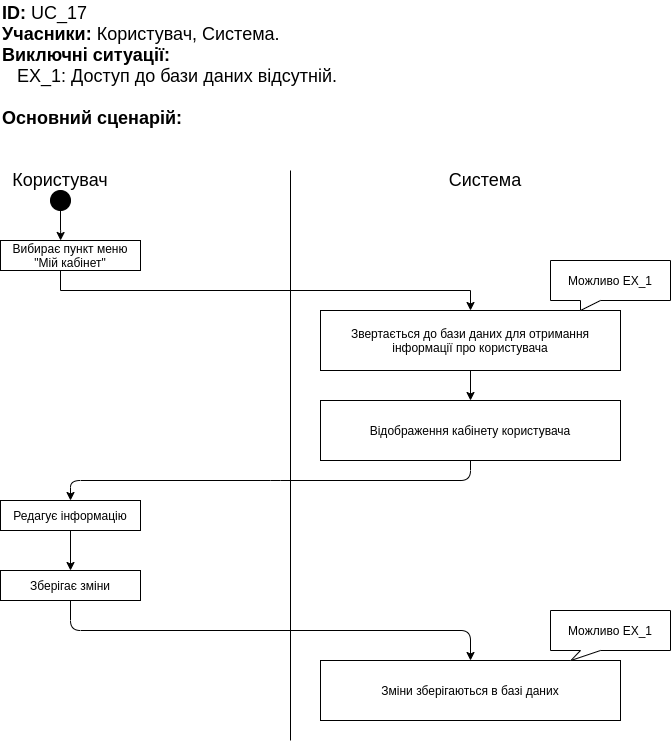
The draw.io diagram Precedents/UC_17.png in miroso22/Metro, before a commit. Source tidied: cells renumbered, new cells last; positions are measured from the earlier drawing's top-left corner, leaving out a move shared by most shapes. Source of this version:
```xml
<mxGraphModel>
  <root>
    <mxCell id="0" />
    <mxCell id="1" parent="0" />
    <mxCell id="2" style="endArrow=none;html=1;" parent="1" edge="1">
      <mxGeometry relative="1" as="geometry">
        <mxPoint x="290" y="740" as="sourcePoint" />
        <mxPoint x="290" y="170" as="targetPoint" />
      </mxGeometry>
    </mxCell>
    <mxCell id="3" value="&lt;font style=&quot;font-size: 18px&quot;&gt;Користувач&lt;/font&gt;" style="text;html=1;strokeColor=none;fillColor=none;align=center;verticalAlign=middle;whiteSpace=wrap;rounded=0;" parent="1" vertex="1">
      <mxGeometry x="10" y="170" width="100" height="20" as="geometry" />
    </mxCell>
    <mxCell id="4" value="&lt;font style=&quot;font-size: 18px&quot;&gt;Система&lt;/font&gt;" style="text;html=1;strokeColor=none;fillColor=none;align=center;verticalAlign=middle;whiteSpace=wrap;rounded=0;" parent="1" vertex="1">
      <mxGeometry x="440" y="170" width="90" height="20" as="geometry" />
    </mxCell>
    <mxCell id="5" style="edgeStyle=orthogonalEdgeStyle;rounded=0;jettySize=auto;html=1;entryX=0.429;entryY=0;entryDx=0;entryDy=0;entryPerimeter=0;" parent="1" edge="1" source="6" target="8">
      <mxGeometry relative="1" as="geometry" />
    </mxCell>
    <mxCell id="6" style="ellipse;whiteSpace=wrap;html=1;fillColor=#000000;" parent="1" vertex="1">
      <mxGeometry x="50" y="190" width="20" height="20" as="geometry" />
    </mxCell>
    <mxCell id="7" style="edgeStyle=orthogonalEdgeStyle;rounded=0;jettySize=auto;html=1;entryX=0.5;entryY=0;entryDx=0;entryDy=0;" parent="1" edge="1" source="8" target="18">
      <mxGeometry relative="1" as="geometry">
        <Array as="points">
          <mxPoint x="60" y="290" />
          <mxPoint x="470" y="290" />
        </Array>
      </mxGeometry>
    </mxCell>
    <mxCell id="8" value="Вибирає пункт меню &quot;Мій кабінет&quot;" style="rounded=0;whiteSpace=wrap;html=1;" parent="1" vertex="1">
      <mxGeometry y="240" width="140" height="30" as="geometry" />
    </mxCell>
    <mxCell id="9" value="Відображення кабінету користувача" style="rounded=0;whiteSpace=wrap;html=1;" parent="1" vertex="1">
      <mxGeometry x="320" y="400" width="300" height="60" as="geometry" />
    </mxCell>
    <mxCell id="10" value="Редагує інформацію" style="rounded=0;whiteSpace=wrap;html=1;fillColor=#FFFFFF;" parent="1" vertex="1">
      <mxGeometry y="500" width="140" height="30" as="geometry" />
    </mxCell>
    <mxCell id="11" value="Зміни зберігаються в базі даних" style="rounded=0;whiteSpace=wrap;html=1;fillColor=#FFFFFF;" parent="1" vertex="1">
      <mxGeometry x="320" y="660" width="300" height="60" as="geometry" />
    </mxCell>
    <mxCell id="12" value="&lt;font style=&quot;font-size: 18px&quot;&gt;&lt;b&gt;ID:&lt;/b&gt; UC_17&lt;br&gt;&lt;b&gt;Учасники:&lt;/b&gt;&amp;nbsp;Користувач, Система.&lt;br&gt;&lt;b&gt;Виключні ситуації:&amp;nbsp;&lt;br&gt;&lt;/b&gt;&amp;nbsp; &amp;nbsp;EX_1: Доступ до бази даних відсутній.&lt;br&gt;&lt;br&gt;&lt;b&gt;Основний сценарій:&lt;/b&gt;&lt;br&gt;&lt;/font&gt;" style="text;html=1;strokeColor=none;fillColor=none;align=left;verticalAlign=middle;whiteSpace=wrap;rounded=0;" parent="1" vertex="1">
      <mxGeometry width="430" height="130" as="geometry" />
    </mxCell>
    <mxCell id="13" style="endArrow=classic;html=1;exitX=0.5;exitY=1;exitDx=0;exitDy=0;" parent="1" edge="1" source="9">
      <mxGeometry relative="1" as="geometry">
        <mxPoint x="70" y="500" as="targetPoint" />
        <Array as="points">
          <mxPoint x="470" y="480" />
          <mxPoint x="280" y="480" />
          <mxPoint x="70" y="480" />
        </Array>
      </mxGeometry>
    </mxCell>
    <mxCell id="14" style="endArrow=classic;html=1;entryX=0.5;entryY=0;entryDx=0;entryDy=0;exitX=0.5;exitY=1;exitDx=0;exitDy=0;" parent="1" edge="1" source="15" target="11">
      <mxGeometry relative="1" as="geometry">
        <Array as="points">
          <mxPoint x="70" y="630" />
          <mxPoint x="470" y="630" />
        </Array>
      </mxGeometry>
    </mxCell>
    <mxCell id="15" value="Зберігає зміни" style="rounded=0;whiteSpace=wrap;html=1;fillColor=#FFFFFF;" parent="1" vertex="1">
      <mxGeometry y="570" width="140" height="30" as="geometry" />
    </mxCell>
    <mxCell id="16" style="endArrow=classic;html=1;exitX=0.5;exitY=1;exitDx=0;exitDy=0;entryX=0.5;entryY=0;entryDx=0;entryDy=0;" parent="1" edge="1" source="10" target="15">
      <mxGeometry relative="1" as="geometry" />
    </mxCell>
    <mxCell id="17" value="Можливо EX_1" style="shape=callout;whiteSpace=wrap;html=1;perimeter=calloutPerimeter;position2=0.17;size=10;position=0.25;base=20;" parent="1" vertex="1">
      <mxGeometry x="550" y="610" width="120" height="50" as="geometry" />
    </mxCell>
    <mxCell id="18" value="Звертається до бази даних для отримання інформації про користувача" style="rounded=0;whiteSpace=wrap;html=1;" parent="1" vertex="1">
      <mxGeometry x="320" y="310" width="300" height="60" as="geometry" />
    </mxCell>
    <mxCell id="19" value="Можливо EX_1" style="shape=callout;whiteSpace=wrap;html=1;perimeter=calloutPerimeter;position2=0.25;size=10;position=0.25;base=20;" parent="1" vertex="1">
      <mxGeometry x="550" y="260" width="120" height="50" as="geometry" />
    </mxCell>
    <mxCell id="20" style="endArrow=classic;html=1;entryX=0.5;entryY=0;entryDx=0;entryDy=0;exitX=0.5;exitY=1;exitDx=0;exitDy=0;" parent="1" edge="1" source="18" target="9">
      <mxGeometry relative="1" as="geometry" />
    </mxCell>
  </root>
</mxGraphModel>
```
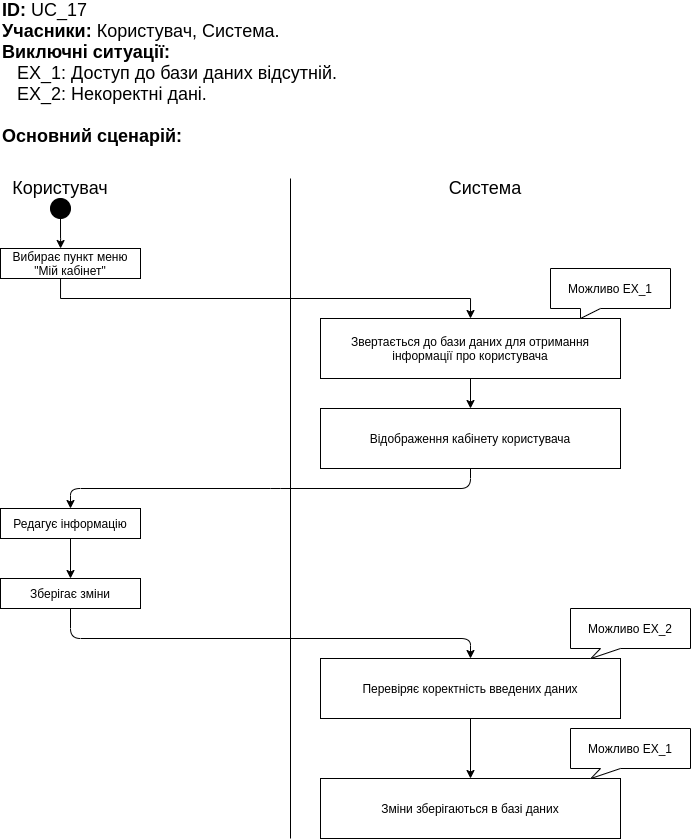
Above is the later version.

Change to the diagram source:
```diff
@@ -4,7 +4,7 @@
     <mxCell id="1" parent="0" />
     <mxCell id="2" style="endArrow=none;html=1;" parent="1" edge="1">
       <mxGeometry relative="1" as="geometry">
-        <mxPoint x="290" y="740" as="sourcePoint" />
+        <mxPoint x="290" y="830" as="sourcePoint" />
         <mxPoint x="290" y="170" as="targetPoint" />
       </mxGeometry>
     </mxCell>
@@ -38,9 +38,9 @@
       <mxGeometry y="500" width="140" height="30" as="geometry" />
     </mxCell>
     <mxCell id="11" value="Зміни зберігаються в базі даних" style="rounded=0;whiteSpace=wrap;html=1;fillColor=#FFFFFF;" parent="1" vertex="1">
-      <mxGeometry x="320" y="660" width="300" height="60" as="geometry" />
+      <mxGeometry x="320" y="770" width="300" height="60" as="geometry" />
     </mxCell>
-    <mxCell id="12" value="&lt;font style=&quot;font-size: 18px&quot;&gt;&lt;b&gt;ID:&lt;/b&gt; UC_17&lt;br&gt;&lt;b&gt;Учасники:&lt;/b&gt;&amp;nbsp;Користувач, Система.&lt;br&gt;&lt;b&gt;Виключні ситуації:&amp;nbsp;&lt;br&gt;&lt;/b&gt;&amp;nbsp; &amp;nbsp;EX_1: Доступ до бази даних відсутній.&lt;br&gt;&lt;br&gt;&lt;b&gt;Основний сценарій:&lt;/b&gt;&lt;br&gt;&lt;/font&gt;" style="text;html=1;strokeColor=none;fillColor=none;align=left;verticalAlign=middle;whiteSpace=wrap;rounded=0;" parent="1" vertex="1">
+    <mxCell id="12" value="&lt;font style=&quot;font-size: 18px&quot;&gt;&lt;b&gt;ID:&lt;/b&gt; UC_17&lt;br&gt;&lt;b&gt;Учасники:&lt;/b&gt;&amp;nbsp;Користувач, Система.&lt;br&gt;&lt;b&gt;Виключні ситуації:&amp;nbsp;&lt;br&gt;&lt;/b&gt;&amp;nbsp; &amp;nbsp;EX_1: Доступ до бази даних відсутній.&lt;br&gt;&amp;nbsp; &amp;nbsp;EX_2: Некоректні дані.&lt;br&gt;&lt;br&gt;&lt;b&gt;Основний сценарій:&lt;/b&gt;&lt;br&gt;&lt;/font&gt;" style="text;html=1;strokeColor=none;fillColor=none;align=left;verticalAlign=middle;whiteSpace=wrap;rounded=0;" parent="1" vertex="1">
       <mxGeometry width="430" height="130" as="geometry" />
     </mxCell>
     <mxCell id="13" style="endArrow=classic;html=1;exitX=0.5;exitY=1;exitDx=0;exitDy=0;" parent="1" edge="1" source="9">
@@ -53,7 +53,7 @@
         </Array>
       </mxGeometry>
     </mxCell>
-    <mxCell id="14" style="endArrow=classic;html=1;entryX=0.5;entryY=0;entryDx=0;entryDy=0;exitX=0.5;exitY=1;exitDx=0;exitDy=0;" parent="1" edge="1" source="15" target="11">
+    <mxCell id="14" style="endArrow=classic;html=1;entryX=0.5;entryY=0;entryDx=0;entryDy=0;exitX=0.5;exitY=1;exitDx=0;exitDy=0;" parent="1" edge="1" source="15" target="21">
       <mxGeometry relative="1" as="geometry">
         <Array as="points">
           <mxPoint x="70" y="630" />
@@ -68,7 +68,7 @@
       <mxGeometry relative="1" as="geometry" />
     </mxCell>
     <mxCell id="17" value="Можливо EX_1" style="shape=callout;whiteSpace=wrap;html=1;perimeter=calloutPerimeter;position2=0.17;size=10;position=0.25;base=20;" parent="1" vertex="1">
-      <mxGeometry x="550" y="610" width="120" height="50" as="geometry" />
+      <mxGeometry x="570" y="720" width="120" height="50" as="geometry" />
     </mxCell>
     <mxCell id="18" value="Звертається до бази даних для отримання інформації про користувача" style="rounded=0;whiteSpace=wrap;html=1;" parent="1" vertex="1">
       <mxGeometry x="320" y="310" width="300" height="60" as="geometry" />
@@ -79,5 +79,14 @@
     <mxCell id="20" style="endArrow=classic;html=1;entryX=0.5;entryY=0;entryDx=0;entryDy=0;exitX=0.5;exitY=1;exitDx=0;exitDy=0;" parent="1" edge="1" source="18" target="9">
       <mxGeometry relative="1" as="geometry" />
     </mxCell>
+    <mxCell id="21" value="Перевіряє коректність введених даних" style="rounded=0;whiteSpace=wrap;html=1;fillColor=#FFFFFF;" parent="1" vertex="1">
+      <mxGeometry x="320" y="650" width="300" height="60" as="geometry" />
+    </mxCell>
+    <mxCell id="22" style="endArrow=classic;html=1;entryX=0.5;entryY=0;entryDx=0;entryDy=0;exitX=0.5;exitY=1;exitDx=0;exitDy=0;" parent="1" edge="1" source="21" target="11">
+      <mxGeometry relative="1" as="geometry" />
+    </mxCell>
+    <mxCell id="23" value="Можливо EX_2" style="shape=callout;whiteSpace=wrap;html=1;perimeter=calloutPerimeter;position2=0.17;size=10;position=0.25;base=20;" parent="1" vertex="1">
+      <mxGeometry x="570" y="600" width="120" height="50" as="geometry" />
+    </mxCell>
   </root>
 </mxGraphModel>
```
